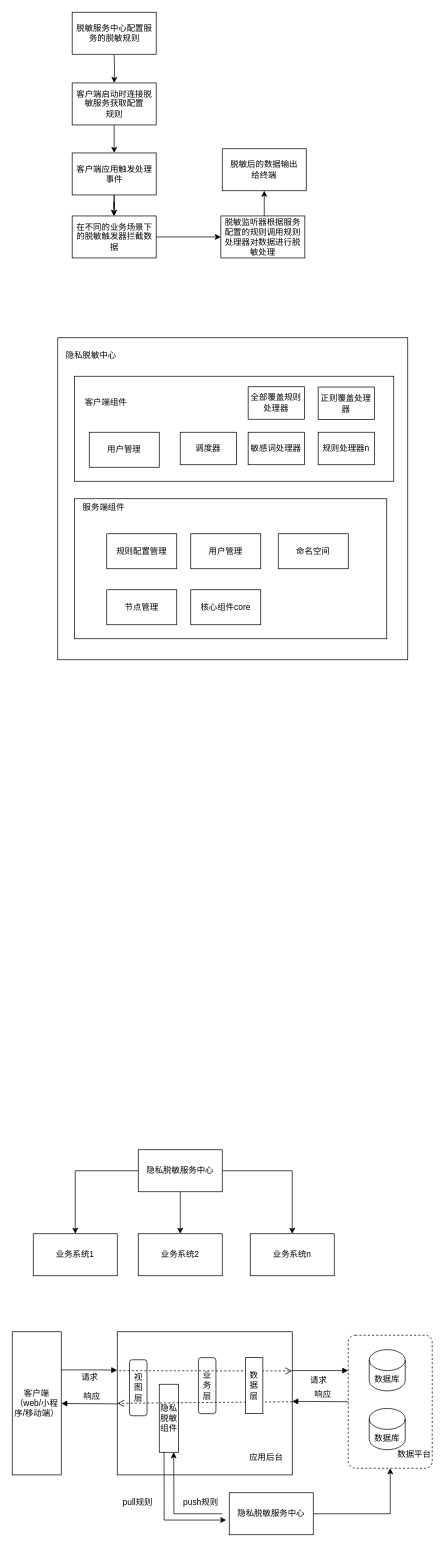
This is Untitled Diagram.drawio from chordcreater/chordcreater.github.io, a draw.io file, before an edit. Source tidied: cells renumbered, new cells numbered last; positions are measured from the earlier drawing's top-left corner, leaving out a move shared by most shapes. Both pictures are drawn from the tidied source at 70%, with x=0, y=0 at pixel (12, 12).
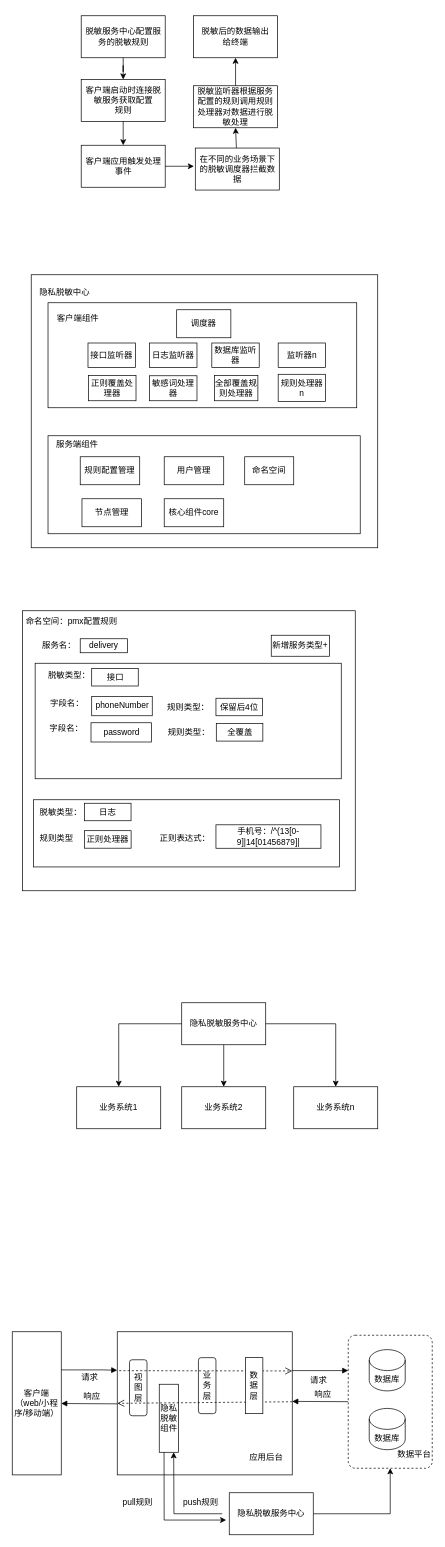
Above is the later version.

The edit, as a diff of the source:
```diff
@@
     <mxCell id="5" style="rounded=0;whiteSpace=wrap;html=1;" parent="1" vertex="1">
-      <mxGeometry x="65" y="465" width="500" height="460" as="geometry" />
+      <mxGeometry x="27.1" y="375" width="495" height="390" as="geometry" />
     </mxCell>
     <mxCell id="6" value="客户端启动时连接脱敏服务获取配置&lt;br&gt;规则" style="rounded=0;whiteSpace=wrap;html=1;" parent="1" vertex="1">
-      <mxGeometry x="85.6" y="101" width="120" height="60" as="geometry" />
+      <mxGeometry x="98.5" y="96" width="120" height="60" as="geometry" />
     </mxCell>
@@
-    <mxCell id="8" style="edgeStyle=orthogonalEdgeStyle;rounded=0;jettySize=auto;html=1;" parent="1" edge="1" source="9" target="10">
-      <mxGeometry relative="1" as="geometry" />
-    </mxCell>
     <mxCell id="9" value="客户端应用触发处理事件" style="rounded=0;whiteSpace=wrap;html=1;" parent="1" vertex="1">
-      <mxGeometry x="85.6" y="201" width="120" height="60" as="geometry" />
+      <mxGeometry x="98.5" y="190" width="120" height="60" as="geometry" />
     </mxCell>
-    <mxCell id="10" value="在不同的业务场景下的脱敏触发器拦截数据" style="rounded=0;whiteSpace=wrap;html=1;" parent="1" vertex="1">
-      <mxGeometry x="85.6" y="291" width="120" height="60" as="geometry" />
+    <mxCell id="10" value="在不同的业务场景下的脱敏调度器拦截数据" style="rounded=0;whiteSpace=wrap;html=1;" parent="1" vertex="1">
+      <mxGeometry x="261.5" y="194" width="120" height="60" as="geometry" />
     </mxCell>
     <mxCell id="11" value="脱敏监听器根据服务配置的规则调用规则处理器对数据进行脱敏处理" style="rounded=0;whiteSpace=wrap;html=1;" parent="1" vertex="1">
-      <mxGeometry x="298" y="291" width="120" height="60" as="geometry" />
+      <mxGeometry x="259" y="105" width="120" height="60" as="geometry" />
     </mxCell>
-    <mxCell id="12" style="endArrow=classic;html=1;rounded=0;" parent="1" edge="1">
+    <mxCell id="12" style="endArrow=classic;html=1;rounded=0;exitX=1;exitY=0.5;exitDx=0;exitDy=0;" parent="1" edge="1" source="9">
       <mxGeometry relative="1" as="geometry">
-        <mxPoint x="145.6" y="261" as="sourcePoint" />
-        <mxPoint x="145.1" y="291" as="targetPoint" />
+        <mxPoint x="259.5" y="220" as="targetPoint" />
       </mxGeometry>
     </mxCell>
-    <mxCell id="13" style="endArrow=classic;html=1;rounded=0;exitX=1;exitY=0.5;exitDx=0;exitDy=0;entryX=0;entryY=0.5;entryDx=0;entryDy=0;" parent="1" edge="1" source="10" target="11">
-      <mxGeometry relative="1" as="geometry" />
-    </mxCell>
-    <mxCell id="14" style="endArrow=classic;html=1;rounded=0;entryX=0.5;entryY=1;entryDx=0;entryDy=0;" parent="1" edge="1" target="65">
-      <mxGeometry relative="1" as="geometry">
-        <mxPoint x="360" y="291" as="sourcePoint" />
-      </mxGeometry>
-    </mxCell>
     <mxCell id="15" style="rounded=0;whiteSpace=wrap;html=1;" parent="1" vertex="1">
-      <mxGeometry x="89" y="695" width="446" height="200" as="geometry" />
+      <mxGeometry x="51.1" y="605" width="446" height="140" as="geometry" />
     </mxCell>
     <mxCell id="16" value="服务端组件" style="text;html=1;strokeColor=none;fillColor=none;align=center;verticalAlign=middle;whiteSpace=wrap;rounded=0;" parent="1" vertex="1">
-      <mxGeometry x="85.6" y="675" width="90" height="65" as="geometry" />
+      <mxGeometry x="47.7" y="585" width="90" height="65" as="geometry" />
     </mxCell>
     <mxCell id="17" style="group;" parent="1" vertex="1">
-      <mxGeometry x="89" y="530" width="456" height="150" as="geometry" />
+      <mxGeometry x="51.1" y="425" width="441" height="150" as="geometry" />
     </mxCell>
     <mxCell id="18" style="rounded=0;whiteSpace=wrap;html=1;" parent="17" vertex="1">
-      <mxGeometry y="-10" width="456" height="150" as="geometry" />
+      <mxGeometry y="-10" width="441" height="150" as="geometry" />
     </mxCell>
     <mxCell id="19" value="客户端组件" style="text;html=1;strokeColor=none;fillColor=none;align=center;verticalAlign=middle;whiteSpace=wrap;rounded=0;" parent="17" vertex="1">
-      <mxGeometry x="-10" width="109.6" height="53.6" as="geometry" />
+      <mxGeometry x="-9.7" y="-13.6" width="106" height="53.6" as="geometry" />
     </mxCell>
     <mxCell id="20" value="全部覆盖规则处理器" style="rounded=0;whiteSpace=wrap;html=1;" parent="17" vertex="1">
-      <mxGeometry x="248" y="5" width="80.4" height="46.4" as="geometry" />
+      <mxGeometry x="237.9" y="93.9" width="61.9" height="36.1" as="geometry" />
     </mxCell>
     <mxCell id="21" value="敏感词处理器" style="rounded=0;whiteSpace=wrap;html=1;" parent="17" vertex="1">
-      <mxGeometry x="248" y="70" width="80.4" height="46.4" as="geometry" />
+      <mxGeometry x="145.1" y="94.3" width="67.7" height="35.7" as="geometry" />
     </mxCell>
     <mxCell id="22" value="规则处理器n" style="rounded=0;whiteSpace=wrap;html=1;" parent="17" vertex="1">
-      <mxGeometry x="348" y="70" width="80.4" height="46.4" as="geometry" />
+      <mxGeometry x="328.8" y="92.2" width="67.7" height="38.8" as="geometry" />
     </mxCell>
     <mxCell id="23" value="调度器" style="rounded=0;whiteSpace=wrap;html=1;" parent="17" vertex="1">
-      <mxGeometry x="151" y="70" width="80.4" height="46.4" as="geometry" />
+      <mxGeometry x="183.8" width="77.4" height="40" as="geometry" />
     </mxCell>
     <mxCell id="24" value="正则覆盖处理器" style="rounded=0;whiteSpace=wrap;html=1;" parent="17" vertex="1">
-      <mxGeometry x="348" y="5.4" width="80.4" height="46.4" as="geometry" />
+      <mxGeometry x="58" y="93.9" width="67.7" height="36.1" as="geometry" />
     </mxCell>
-    <mxCell id="25" value="用户管理" style="rounded=0;whiteSpace=wrap;html=1;" parent="17" vertex="1">
-      <mxGeometry x="21" y="70" width="100" height="50" as="geometry" />
+    <mxCell id="25" value="接口监听器" style="rounded=0;whiteSpace=wrap;html=1;" parent="17" vertex="1">
+      <mxGeometry x="57.1" y="47.5" width="67.7" height="35" as="geometry" />
     </mxCell>
+    <mxCell id="66" value="日志监听器" style="rounded=0;whiteSpace=wrap;html=1;" parent="17" vertex="1">
+      <mxGeometry x="145.1" y="47.5" width="67.7" height="35" as="geometry" />
+    </mxCell>
+    <mxCell id="67" value="数据库监听器" style="rounded=0;whiteSpace=wrap;html=1;" parent="17" vertex="1">
+      <mxGeometry x="234" y="47.5" width="67.7" height="35" as="geometry" />
+    </mxCell>
+    <mxCell id="68" value="监听器n" style="rounded=0;whiteSpace=wrap;html=1;" parent="17" vertex="1">
+      <mxGeometry x="328.8" y="47.5" width="67.7" height="35" as="geometry" />
+    </mxCell>
     <mxCell id="26" value="规则配置管理" style="rounded=0;whiteSpace=wrap;html=1;" parent="1" vertex="1">
-      <mxGeometry x="135" y="745" width="100" height="50" as="geometry" />
+      <mxGeometry x="97.1" y="635" width="85" height="40" as="geometry" />
     </mxCell>
     <mxCell id="27" value="用户管理" style="rounded=0;whiteSpace=wrap;html=1;" parent="1" vertex="1">
-      <mxGeometry x="255" y="745" width="100" height="50" as="geometry" />
+      <mxGeometry x="217.1" y="635" width="85" height="40" as="geometry" />
     </mxCell>
     <mxCell id="28" value="命名空间" style="rounded=0;whiteSpace=wrap;html=1;" parent="1" vertex="1">
-      <mxGeometry x="380" y="745" width="100" height="50" as="geometry" />
+      <mxGeometry x="332.1" y="635" width="70" height="40" as="geometry" />
     </mxCell>
     <mxCell id="29" value="隐私脱敏中心" style="text;html=1;strokeColor=none;fillColor=none;align=center;verticalAlign=middle;whiteSpace=wrap;rounded=0;" parent="1" vertex="1">
-      <mxGeometry x="57.9" y="465" width="109.6" height="50" as="geometry" />
+      <mxGeometry x="20" y="375" width="109.6" height="50" as="geometry" />
     </mxCell>
     <mxCell id="30" value="核心组件core" style="rounded=0;whiteSpace=wrap;html=1;" parent="1" vertex="1">
-      <mxGeometry x="255" y="825" width="100" height="50" as="geometry" />
+      <mxGeometry x="217.1" y="695" width="85" height="40" as="geometry" />
     </mxCell>
     <mxCell id="31" value="节点管理" style="rounded=0;whiteSpace=wrap;html=1;" parent="1" vertex="1">
-      <mxGeometry x="135" y="825" width="100" height="50" as="geometry" />
+      <mxGeometry x="99.6" y="695" width="85" height="40" as="geometry" />
     </mxCell>
     <mxCell id="32" value="脱敏服务中心配置服务的脱敏规则" style="rounded=0;whiteSpace=wrap;html=1;" parent="1" vertex="1">
-      <mxGeometry x="85.6" width="120" height="60" as="geometry" />
+      <mxGeometry x="98.5" y="5" width="120" height="60" as="geometry" />
     </mxCell>
-    <mxCell id="33" style="edgeStyle=orthogonalEdgeStyle;rounded=0;jettySize=auto;html=1;exitX=0.5;exitY=1;exitDx=0;exitDy=0;entryX=0.5;entryY=0;entryDx=0;entryDy=0;" parent="1" edge="1" target="6">
-      <mxGeometry relative="1" as="geometry">
-        <mxPoint x="145.6" y="61" as="sourcePoint" />
-      </mxGeometry>
+    <mxCell id="33" style="edgeStyle=orthogonalEdgeStyle;rounded=0;jettySize=auto;html=1;entryX=0.5;entryY=0;entryDx=0;entryDy=0;" parent="1" edge="1" source="32" target="6">
+      <mxGeometry relative="1" as="geometry" />
     </mxCell>
     <mxCell id="34" value="隐私脱敏服务中心" style="rounded=0;whiteSpace=wrap;html=1;strokeColor=default;fontFamily=Helvetica;fontSize=12;fontColor=default;fillColor=default;" parent="1" vertex="1">
-      <mxGeometry x="180" y="1625" width="120" height="60" as="geometry" />
+      <mxGeometry x="242.1" y="1415" width="120" height="60" as="geometry" />
     </mxCell>
     <mxCell id="35" value="业务系统1" style="rounded=0;whiteSpace=wrap;html=1;strokeColor=default;fontFamily=Helvetica;fontSize=12;fontColor=default;fillColor=default;" parent="1" vertex="1">
-      <mxGeometry x="30" y="1745" width="120" height="60" as="geometry" />
+      <mxGeometry x="92.1" y="1535" width="120" height="60" as="geometry" />
     </mxCell>
     <mxCell id="36" value="业务系统2" style="rounded=0;whiteSpace=wrap;html=1;strokeColor=default;fontFamily=Helvetica;fontSize=12;fontColor=default;fillColor=default;" parent="1" vertex="1">
-      <mxGeometry x="180" y="1745" width="120" height="60" as="geometry" />
+      <mxGeometry x="242.1" y="1535" width="120" height="60" as="geometry" />
     </mxCell>
     <mxCell id="37" value="业务系统n" style="rounded=0;whiteSpace=wrap;html=1;strokeColor=default;fontFamily=Helvetica;fontSize=12;fontColor=default;fillColor=default;" parent="1" vertex="1">
-      <mxGeometry x="340" y="1745" width="120" height="60" as="geometry" />
+      <mxGeometry x="402.1" y="1535" width="120" height="60" as="geometry" />
     </mxCell>
     <mxCell id="38" style="endArrow=classic;html=1;rounded=0;fontFamily=Helvetica;fontSize=12;fontColor=default;exitX=0;exitY=0.5;exitDx=0;exitDy=0;entryX=0.5;entryY=0;entryDx=0;entryDy=0;" parent="1" edge="1" source="34" target="35">
       <mxGeometry relative="1" as="geometry">
         <Array as="points">
-          <mxPoint x="90" y="1655" />
+          <mxPoint x="152.1" y="1445" />
         </Array>
       </mxGeometry>
     </mxCell>
@@
     <mxCell id="42" style="endArrow=classic;html=1;rounded=0;fontFamily=Helvetica;fontSize=12;fontColor=default;exitX=1;exitY=0.5;exitDx=0;exitDy=0;entryX=0.5;entryY=0;entryDx=0;entryDy=0;" parent="1" edge="1" source="34" target="37">
       <mxGeometry relative="1" as="geometry">
         <Array as="points">
-          <mxPoint x="400" y="1655" />
+          <mxPoint x="462.1" y="1445" />
         </Array>
       </mxGeometry>
     </mxCell>
@@
     <mxCell id="65" value="脱敏后的数据输出&lt;br&gt;给终端" style="rounded=0;whiteSpace=wrap;html=1;" parent="1" vertex="1">
-      <mxGeometry x="300" y="195" width="120" height="60" as="geometry" />
+      <mxGeometry x="259" y="5" width="120" height="60" as="geometry" />
     </mxCell>
+    <mxCell id="13" style="endArrow=classic;html=1;rounded=0;entryX=0.5;entryY=1;entryDx=0;entryDy=0;" parent="1" edge="1" source="10" target="11">
+      <mxGeometry relative="1" as="geometry" />
+    </mxCell>
+    <mxCell id="69" style="endArrow=classic;html=1;rounded=0;entryX=0.5;entryY=1;entryDx=0;entryDy=0;exitX=0.5;exitY=0;exitDx=0;exitDy=0;" parent="1" edge="1" source="11" target="65">
+      <mxGeometry relative="1" as="geometry" />
+    </mxCell>
+    <mxCell id="70" style="rounded=0;whiteSpace=wrap;html=1;strokeColor=default;fontFamily=Helvetica;fontSize=12;fontColor=default;fillColor=default;" parent="1" vertex="1">
+      <mxGeometry x="14.8" y="855" width="475.2" height="400" as="geometry" />
+    </mxCell>
+    <mxCell id="71" style="rounded=0;whiteSpace=wrap;html=1;strokeColor=default;fontFamily=Helvetica;fontSize=12;fontColor=default;fillColor=default;" parent="1" vertex="1">
+      <mxGeometry x="32.7" y="930" width="437.3" height="165" as="geometry" />
+    </mxCell>
+    <mxCell id="72" value="脱敏类型：" style="text;html=1;strokeColor=none;fillColor=none;align=center;verticalAlign=middle;whiteSpace=wrap;rounded=0;fontSize=12;fontFamily=Helvetica;fontColor=default;" parent="1" vertex="1">
+      <mxGeometry x="47.7" y="932.5" width="67.1" height="30" as="geometry" />
+    </mxCell>
+    <mxCell id="73" value="服务名：" style="text;html=1;strokeColor=none;fillColor=none;align=center;verticalAlign=middle;whiteSpace=wrap;rounded=0;fontSize=12;fontFamily=Helvetica;fontColor=default;" parent="1" vertex="1">
+      <mxGeometry x="37.1" y="890" width="60" height="30" as="geometry" />
+    </mxCell>
+    <mxCell id="74" value="delivery" style="rounded=0;whiteSpace=wrap;html=1;strokeColor=default;fontFamily=Helvetica;fontSize=12;fontColor=default;fillColor=default;" parent="1" vertex="1">
+      <mxGeometry x="97.1" y="895" width="67.5" height="20" as="geometry" />
+    </mxCell>
+    <mxCell id="75" value="接口" style="rounded=0;whiteSpace=wrap;html=1;strokeColor=default;fontFamily=Helvetica;fontSize=12;fontColor=default;fillColor=default;" parent="1" vertex="1">
+      <mxGeometry x="113.5" y="937.5" width="66.5" height="25" as="geometry" />
+    </mxCell>
+    <mxCell id="76" style="rounded=0;whiteSpace=wrap;html=1;strokeColor=default;fontFamily=Helvetica;fontSize=12;fontColor=default;fillColor=default;" parent="1" vertex="1">
+      <mxGeometry x="30.4" y="1125" width="437.3" height="96" as="geometry" />
+    </mxCell>
+    <mxCell id="77" value="脱敏类型：" style="text;html=1;strokeColor=none;fillColor=none;align=center;verticalAlign=middle;whiteSpace=wrap;rounded=0;fontSize=12;fontFamily=Helvetica;fontColor=default;" parent="1" vertex="1">
+      <mxGeometry x="36.1" y="1127.5" width="67.1" height="30" as="geometry" />
+    </mxCell>
+    <mxCell id="78" value="日志" style="rounded=0;whiteSpace=wrap;html=1;strokeColor=default;fontFamily=Helvetica;fontSize=12;fontColor=default;fillColor=default;" parent="1" vertex="1">
+      <mxGeometry x="103.2" y="1130" width="66.5" height="25" as="geometry" />
+    </mxCell>
+    <mxCell id="79" value="新增服务类型+" style="rounded=0;whiteSpace=wrap;html=1;strokeColor=default;fontFamily=Helvetica;fontSize=12;fontColor=default;fillColor=default;" parent="1" vertex="1">
+      <mxGeometry x="370" y="890" width="83" height="30" as="geometry" />
+    </mxCell>
+    <mxCell id="80" value="规则类型：" style="text;html=1;strokeColor=none;fillColor=none;align=center;verticalAlign=middle;whiteSpace=wrap;rounded=0;fontSize=12;fontFamily=Helvetica;fontColor=default;" parent="1" vertex="1">
+      <mxGeometry x="217.8" y="977.5" width="67.1" height="30" as="geometry" />
+    </mxCell>
+    <mxCell id="81" value="保留后4位" style="rounded=0;whiteSpace=wrap;html=1;strokeColor=default;fontFamily=Helvetica;fontSize=12;fontColor=default;fillColor=default;" parent="1" vertex="1">
+      <mxGeometry x="291" y="980" width="66.5" height="25" as="geometry" />
+    </mxCell>
+    <mxCell id="82" value="规则类型" style="text;html=1;strokeColor=none;fillColor=none;align=center;verticalAlign=middle;whiteSpace=wrap;rounded=0;fontSize=12;fontFamily=Helvetica;fontColor=default;" parent="1" vertex="1">
+      <mxGeometry x="30.1" y="1165" width="67.1" height="30" as="geometry" />
+    </mxCell>
+    <mxCell id="83" value="正则处理器" style="rounded=0;whiteSpace=wrap;html=1;strokeColor=default;fontFamily=Helvetica;fontSize=12;fontColor=default;fillColor=default;" parent="1" vertex="1">
+      <mxGeometry x="103.3" y="1169.2" width="66.5" height="25" as="geometry" />
+    </mxCell>
+    <mxCell id="84" value="正则表达式：" style="text;html=1;strokeColor=none;fillColor=none;align=center;verticalAlign=middle;whiteSpace=wrap;rounded=0;fontSize=12;fontFamily=Helvetica;fontColor=default;" parent="1" vertex="1">
+      <mxGeometry x="210" y="1165" width="73.9" height="30" as="geometry" />
+    </mxCell>
+    <mxCell id="85" value="字段名：" style="text;html=1;strokeColor=none;fillColor=none;align=center;verticalAlign=middle;whiteSpace=wrap;rounded=0;fontSize=12;fontFamily=Helvetica;fontColor=default;" parent="1" vertex="1">
+      <mxGeometry x="45.4" y="972.5" width="67.1" height="30" as="geometry" />
+    </mxCell>
+    <mxCell id="86" value="phoneNumber" style="rounded=0;whiteSpace=wrap;html=1;strokeColor=default;fontFamily=Helvetica;fontSize=12;fontColor=default;fillColor=default;" parent="1" vertex="1">
+      <mxGeometry x="113.5" y="977.5" width="86.5" height="27.5" as="geometry" />
+    </mxCell>
+    <mxCell id="87" value="手机号：/^(13[0-9]|14[01456879]|" style="rounded=0;whiteSpace=wrap;html=1;strokeColor=default;fontFamily=Helvetica;fontSize=12;fontColor=default;fillColor=default;" parent="1" vertex="1">
+      <mxGeometry x="291" y="1160.8" width="150" height="33.5" as="geometry" />
+    </mxCell>
+    <mxCell id="88" value="字段名：" style="text;html=1;strokeColor=none;fillColor=none;align=center;verticalAlign=middle;whiteSpace=wrap;rounded=0;fontSize=12;fontFamily=Helvetica;fontColor=default;" parent="1" vertex="1">
+      <mxGeometry x="43.7" y="1007.5" width="67.1" height="30" as="geometry" />
+    </mxCell>
+    <mxCell id="89" value="password" style="rounded=0;whiteSpace=wrap;html=1;strokeColor=default;fontFamily=Helvetica;fontSize=12;fontColor=default;fillColor=default;" parent="1" vertex="1">
+      <mxGeometry x="112.5" y="1015" width="86.5" height="27.5" as="geometry" />
+    </mxCell>
+    <mxCell id="90" value="规则类型：" style="text;html=1;strokeColor=none;fillColor=none;align=center;verticalAlign=middle;whiteSpace=wrap;rounded=0;fontSize=12;fontFamily=Helvetica;fontColor=default;" parent="1" vertex="1">
+      <mxGeometry x="218.5" y="1013.8" width="67.1" height="30" as="geometry" />
+    </mxCell>
+    <mxCell id="91" value="全覆盖" style="rounded=0;whiteSpace=wrap;html=1;strokeColor=default;fontFamily=Helvetica;fontSize=12;fontColor=default;fillColor=default;" parent="1" vertex="1">
+      <mxGeometry x="291.5" y="1016.2" width="66.5" height="25" as="geometry" />
+    </mxCell>
+    <mxCell id="92" value="命名空间：pmx配置规则" style="text;html=1;strokeColor=none;fillColor=none;align=center;verticalAlign=middle;whiteSpace=wrap;rounded=0;fontSize=12;fontFamily=Helvetica;fontColor=default;" parent="1" vertex="1">
+      <mxGeometry x="14.8" y="855" width="140" height="30" as="geometry" />
+    </mxCell>
```
